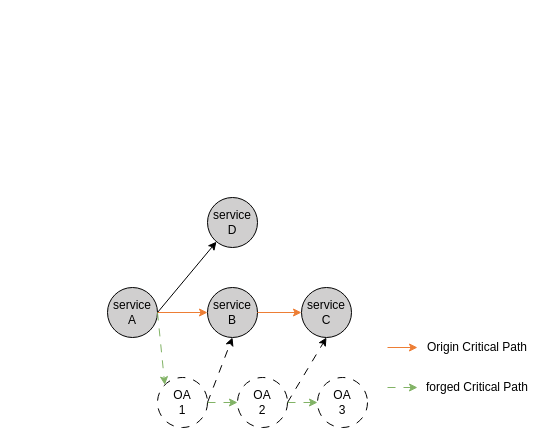
skwwwwww/draw keeps this draw.io diagram as conf_res.drawio. Above is the earlier version. Source tidied: cells renumbered, new cells numbered last; positions are measured from the earlier drawing's top-left corner, leaving out a move shared by most shapes. Both pictures are drawn from the tidied source at 100%, with x=0, y=0 at pixel (107, 197).
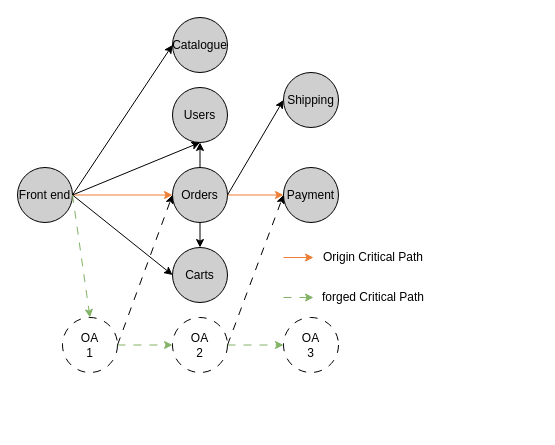
The same diagram, later.

What changed in the source:
```diff
@@
-    <mxCell id="2" value="service&lt;div&gt;A&lt;/div&gt;" style="ellipse;whiteSpace=wrap;html=1;fillColor=#D0CFCF;" parent="1" vertex="1">
-      <mxGeometry y="90" width="50" height="50" as="geometry" />
-    </mxCell>
-    <mxCell id="3" value="service&lt;div&gt;D&lt;/div&gt;" style="ellipse;whiteSpace=wrap;html=1;fillColor=#D0CFCF;" parent="1" vertex="1">
-      <mxGeometry x="100" width="50" height="50" as="geometry" />
-    </mxCell>
-    <mxCell id="4" value="service&lt;div&gt;C&lt;/div&gt;" style="ellipse;whiteSpace=wrap;html=1;fillColor=#D0CFCF;" parent="1" vertex="1">
-      <mxGeometry x="194" y="90" width="50" height="50" as="geometry" />
-    </mxCell>
-    <mxCell id="5" value="service&lt;div&gt;B&lt;/div&gt;" style="ellipse;whiteSpace=wrap;html=1;fillColor=#D0CFCF;" parent="1" vertex="1">
-      <mxGeometry x="100" y="90" width="50" height="50" as="geometry" />
-    </mxCell>
-    <mxCell id="6" style="endArrow=classic;html=1;rounded=0;exitX=1;exitY=0.5;exitDx=0;exitDy=0;entryX=0;entryY=0.5;entryDx=0;entryDy=0;strokeColor=#ED7E35;" parent="1" edge="1" source="2" target="5">
-      <mxGeometry relative="1" as="geometry" />
-    </mxCell>
-    <mxCell id="7" style="endArrow=classic;html=1;rounded=0;exitX=1;exitY=0.5;exitDx=0;exitDy=0;entryX=0;entryY=0.5;entryDx=0;entryDy=0;strokeColor=#ED7E35;" parent="1" edge="1" source="5" target="4">
-      <mxGeometry relative="1" as="geometry" />
-    </mxCell>
-    <mxCell id="8" style="endArrow=classic;html=1;rounded=0;exitX=1;exitY=0.5;exitDx=0;exitDy=0;" parent="1" edge="1" source="2" target="3">
-      <mxGeometry relative="1" as="geometry" />
-    </mxCell>
-    <mxCell id="9" value="OA&lt;div&gt;1&lt;/div&gt;" style="ellipse;whiteSpace=wrap;html=1;dashed=1;dashPattern=8 8;" parent="1" vertex="1">
-      <mxGeometry x="50" y="180" width="50" height="50" as="geometry" />
-    </mxCell>
-    <mxCell id="10" value="OA&lt;div&gt;3&lt;/div&gt;" style="ellipse;whiteSpace=wrap;html=1;dashed=1;dashPattern=8 8;" parent="1" vertex="1">
-      <mxGeometry x="210" y="180" width="50" height="50" as="geometry" />
-    </mxCell>
-    <mxCell id="11" value="OA&lt;div&gt;2&lt;/div&gt;" style="ellipse;whiteSpace=wrap;html=1;dashed=1;dashPattern=8 8;" parent="1" vertex="1">
-      <mxGeometry x="130" y="180" width="50" height="50" as="geometry" />
-    </mxCell>
-    <mxCell id="12" style="endArrow=classic;html=1;rounded=0;exitX=1;exitY=0.5;exitDx=0;exitDy=0;entryX=0;entryY=0;entryDx=0;entryDy=0;dashed=1;dashPattern=8 8;strokeColor=#82B366;" parent="1" edge="1" source="2" target="9">
-      <mxGeometry relative="1" as="geometry" />
-    </mxCell>
-    <mxCell id="13" style="endArrow=classic;html=1;rounded=0;exitX=1;exitY=0.5;exitDx=0;exitDy=0;entryX=0;entryY=0.5;entryDx=0;entryDy=0;dashed=1;dashPattern=8 8;strokeColor=#82B366;" parent="1" edge="1" source="9" target="11">
-      <mxGeometry relative="1" as="geometry" />
-    </mxCell>
-    <mxCell id="14" style="endArrow=classic;html=1;rounded=0;exitX=1;exitY=0.5;exitDx=0;exitDy=0;entryX=0.5;entryY=1;entryDx=0;entryDy=0;dashed=1;dashPattern=8 8;" parent="1" edge="1" source="9" target="5">
-      <mxGeometry relative="1" as="geometry" />
-    </mxCell>
-    <mxCell id="15" style="endArrow=classic;html=1;rounded=0;exitX=1;exitY=0.5;exitDx=0;exitDy=0;entryX=0;entryY=0.5;entryDx=0;entryDy=0;dashed=1;dashPattern=8 8;strokeColor=#82B366;" parent="1" edge="1" source="11" target="10">
-      <mxGeometry relative="1" as="geometry" />
-    </mxCell>
-    <mxCell id="16" style="endArrow=classic;html=1;rounded=0;exitX=1;exitY=0.5;exitDx=0;exitDy=0;entryX=0.5;entryY=1;entryDx=0;entryDy=0;dashed=1;dashPattern=8 8;" parent="1" edge="1" source="11" target="4">
-      <mxGeometry relative="1" as="geometry" />
-    </mxCell>
     <mxCell id="17" style="endArrow=classic;html=1;rounded=0;exitX=1;exitY=0.5;exitDx=0;exitDy=0;entryX=0;entryY=0.5;entryDx=0;entryDy=0;dashed=1;dashPattern=8 8;strokeColor=#82B366;" parent="1" edge="1">
       <mxGeometry relative="1" as="geometry">
-        <mxPoint x="280" y="190" as="sourcePoint" />
-        <mxPoint x="310" y="190" as="targetPoint" />
+        <mxPoint x="176" y="100" as="sourcePoint" />
+        <mxPoint x="206" y="100" as="targetPoint" />
       </mxGeometry>
     </mxCell>
     <mxCell id="18" style="endArrow=classic;html=1;rounded=0;exitX=1;exitY=0.5;exitDx=0;exitDy=0;entryX=0;entryY=0.5;entryDx=0;entryDy=0;strokeColor=#ED7E35;" parent="1" edge="1">
       <mxGeometry relative="1" as="geometry">
-        <mxPoint x="280" y="150" as="sourcePoint" />
-        <mxPoint x="310" y="150" as="targetPoint" />
+        <mxPoint x="176" y="60" as="sourcePoint" />
+        <mxPoint x="206" y="60" as="targetPoint" />
       </mxGeometry>
     </mxCell>
     <mxCell id="19" value="Origin Critical Path" style="text;html=1;align=center;verticalAlign=middle;whiteSpace=wrap;rounded=0;" parent="1" vertex="1">
-      <mxGeometry x="310" y="140" width="120" height="20" as="geometry" />
+      <mxGeometry x="206" y="50" width="120" height="20" as="geometry" />
     </mxCell>
     <mxCell id="20" value="forged Critical Path" style="text;html=1;align=center;verticalAlign=middle;whiteSpace=wrap;rounded=0;" parent="1" vertex="1">
-      <mxGeometry x="310" y="180" width="120" height="20" as="geometry" />
+      <mxGeometry x="206" y="90" width="120" height="20" as="geometry" />
     </mxCell>
+    <mxCell id="21" value="Front end" style="ellipse;whiteSpace=wrap;html=1;fillColor=#D0CFCF;" parent="1" vertex="1">
+      <mxGeometry x="-90" y="-30" width="55" height="55" as="geometry" />
+    </mxCell>
+    <mxCell id="22" value="Users" style="ellipse;whiteSpace=wrap;html=1;fillColor=#D0CFCF;" parent="1" vertex="1">
+      <mxGeometry x="65" y="-110" width="55" height="55" as="geometry" />
+    </mxCell>
+    <mxCell id="23" value="Payment" style="ellipse;whiteSpace=wrap;html=1;fillColor=#D0CFCF;" parent="1" vertex="1">
+      <mxGeometry x="176" y="-30" width="55" height="55" as="geometry" />
+    </mxCell>
+    <mxCell id="24" value="Orders" style="ellipse;whiteSpace=wrap;html=1;fillColor=#D0CFCF;" parent="1" vertex="1">
+      <mxGeometry x="65" y="-30" width="55" height="55" as="geometry" />
+    </mxCell>
+    <mxCell id="25" style="endArrow=classic;html=1;rounded=0;exitX=1;exitY=0.5;exitDx=0;exitDy=0;entryX=0;entryY=0.5;entryDx=0;entryDy=0;strokeColor=#ED7E35;" parent="1" edge="1" source="21" target="24">
+      <mxGeometry relative="1" as="geometry" />
+    </mxCell>
+    <mxCell id="26" style="endArrow=classic;html=1;rounded=0;exitX=1;exitY=0.5;exitDx=0;exitDy=0;entryX=0;entryY=0.5;entryDx=0;entryDy=0;strokeColor=#ED7E35;" parent="1" edge="1" source="24" target="23">
+      <mxGeometry relative="1" as="geometry" />
+    </mxCell>
+    <mxCell id="27" style="endArrow=classic;html=1;rounded=0;exitX=1;exitY=0.5;exitDx=0;exitDy=0;entryX=0.5;entryY=1;entryDx=0;entryDy=0;" parent="1" edge="1" source="21" target="22">
+      <mxGeometry relative="1" as="geometry" />
+    </mxCell>
+    <mxCell id="28" value="Catalogue" style="ellipse;whiteSpace=wrap;html=1;fillColor=#D0CFCF;" parent="1" vertex="1">
+      <mxGeometry x="65" y="-180" width="55" height="55" as="geometry" />
+    </mxCell>
+    <mxCell id="29" value="Carts" style="ellipse;whiteSpace=wrap;html=1;fillColor=#D0CFCF;" parent="1" vertex="1">
+      <mxGeometry x="65" y="50" width="55" height="55" as="geometry" />
+    </mxCell>
+    <mxCell id="30" style="endArrow=classic;html=1;rounded=0;exitX=0.5;exitY=0;exitDx=0;exitDy=0;entryX=0.5;entryY=1;entryDx=0;entryDy=0;" parent="1" edge="1" source="24" target="22">
+      <mxGeometry relative="1" as="geometry" />
+    </mxCell>
+    <mxCell id="31" style="endArrow=classic;html=1;rounded=0;exitX=0.5;exitY=1;exitDx=0;exitDy=0;" parent="1" edge="1" source="24" target="29">
+      <mxGeometry relative="1" as="geometry" />
+    </mxCell>
+    <mxCell id="32" style="endArrow=classic;html=1;rounded=0;exitX=1;exitY=0.5;exitDx=0;exitDy=0;entryX=0;entryY=0.5;entryDx=0;entryDy=0;" parent="1" edge="1" source="21" target="28">
+      <mxGeometry relative="1" as="geometry" />
+    </mxCell>
+    <mxCell id="33" style="endArrow=classic;html=1;rounded=0;exitX=1;exitY=0.5;exitDx=0;exitDy=0;entryX=0;entryY=0.5;entryDx=0;entryDy=0;" parent="1" edge="1" source="21" target="29">
+      <mxGeometry relative="1" as="geometry" />
+    </mxCell>
+    <mxCell id="34" value="Shipping" style="ellipse;whiteSpace=wrap;html=1;fillColor=#D0CFCF;" parent="1" vertex="1">
+      <mxGeometry x="176" y="-125" width="55" height="55" as="geometry" />
+    </mxCell>
+    <mxCell id="35" style="endArrow=classic;html=1;rounded=0;exitX=1;exitY=0.5;exitDx=0;exitDy=0;entryX=0;entryY=0.5;entryDx=0;entryDy=0;" parent="1" edge="1" source="24" target="34">
+      <mxGeometry relative="1" as="geometry" />
+    </mxCell>
+    <mxCell id="9" value="OA&lt;div&gt;1&lt;/div&gt;" style="ellipse;whiteSpace=wrap;html=1;dashed=1;dashPattern=8 8;" parent="1" vertex="1">
+      <mxGeometry x="-45" y="120" width="55" height="55" as="geometry" />
+    </mxCell>
+    <mxCell id="10" value="OA&lt;div&gt;3&lt;/div&gt;" style="ellipse;whiteSpace=wrap;html=1;dashed=1;dashPattern=8 8;" parent="1" vertex="1">
+      <mxGeometry x="176" y="120" width="55" height="55" as="geometry" />
+    </mxCell>
+    <mxCell id="11" value="OA&lt;div&gt;2&lt;/div&gt;" style="ellipse;whiteSpace=wrap;html=1;dashed=1;dashPattern=8 8;" parent="1" vertex="1">
+      <mxGeometry x="65" y="120" width="55" height="55" as="geometry" />
+    </mxCell>
+    <mxCell id="36" style="endArrow=classic;html=1;rounded=0;exitX=1;exitY=0.5;exitDx=0;exitDy=0;entryX=0.5;entryY=0;entryDx=0;entryDy=0;dashed=1;dashPattern=8 8;strokeColor=#82B366;" parent="1" edge="1" source="21" target="9">
+      <mxGeometry relative="1" as="geometry" />
+    </mxCell>
+    <mxCell id="13" style="endArrow=classic;html=1;rounded=0;exitX=1;exitY=0.5;exitDx=0;exitDy=0;dashed=1;dashPattern=8 8;strokeColor=#82B366;" parent="1" edge="1" source="9" target="11">
+      <mxGeometry relative="1" as="geometry" />
+    </mxCell>
+    <mxCell id="15" style="endArrow=classic;html=1;rounded=0;exitX=1;exitY=0.5;exitDx=0;exitDy=0;entryX=0;entryY=0.5;entryDx=0;entryDy=0;dashed=1;dashPattern=8 8;strokeColor=#82B366;" parent="1" edge="1" source="11" target="10">
+      <mxGeometry relative="1" as="geometry" />
+    </mxCell>
+    <mxCell id="37" style="endArrow=classic;html=1;rounded=0;exitX=1;exitY=0.5;exitDx=0;exitDy=0;entryX=0;entryY=0.5;entryDx=0;entryDy=0;dashed=1;dashPattern=8 8;" parent="1" edge="1" source="9" target="24">
+      <mxGeometry relative="1" as="geometry" />
+    </mxCell>
+    <mxCell id="38" style="endArrow=classic;html=1;rounded=0;exitX=1;exitY=0.5;exitDx=0;exitDy=0;entryX=0;entryY=0.5;entryDx=0;entryDy=0;dashed=1;dashPattern=8 8;" parent="1" edge="1" source="11" target="23">
+      <mxGeometry relative="1" as="geometry" />
+    </mxCell>
```
